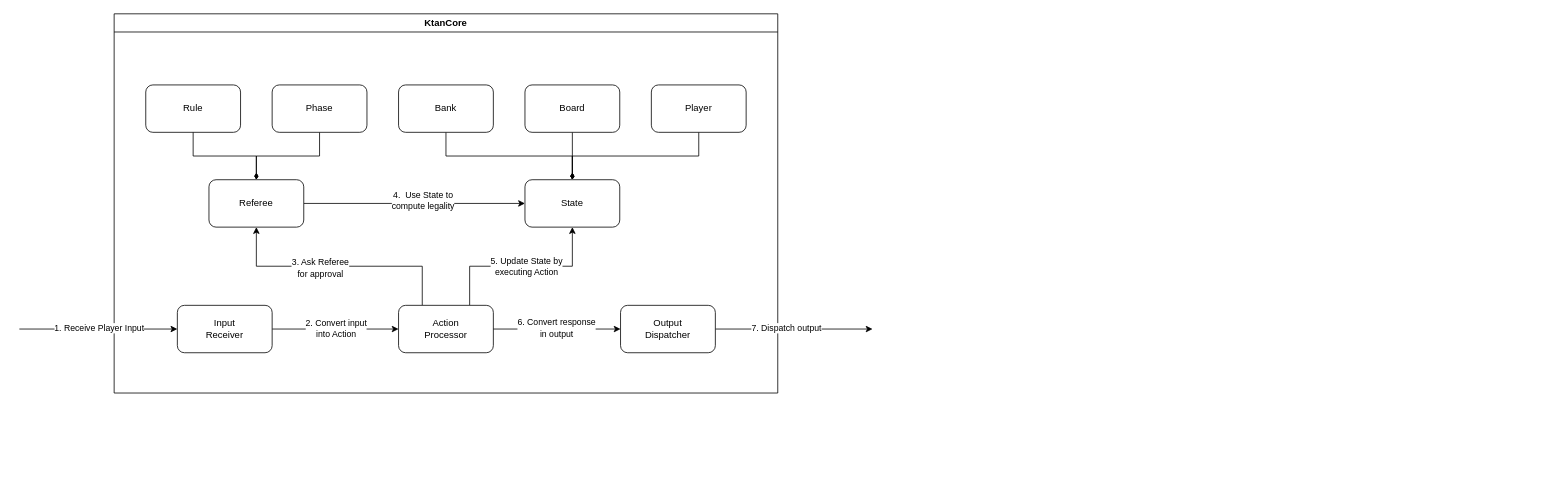
Earlier version of the draw.io diagram docs/KtanCore.drawio (olivercrush/Ktan). Source tidied: cells renumbered, new cells numbered last; positions are measured from the earlier drawing's top-left corner, leaving out a move shared by most shapes. Both pictures are drawn from the tidied source at 79%, with x=0, y=0 at pixel (19, 13).
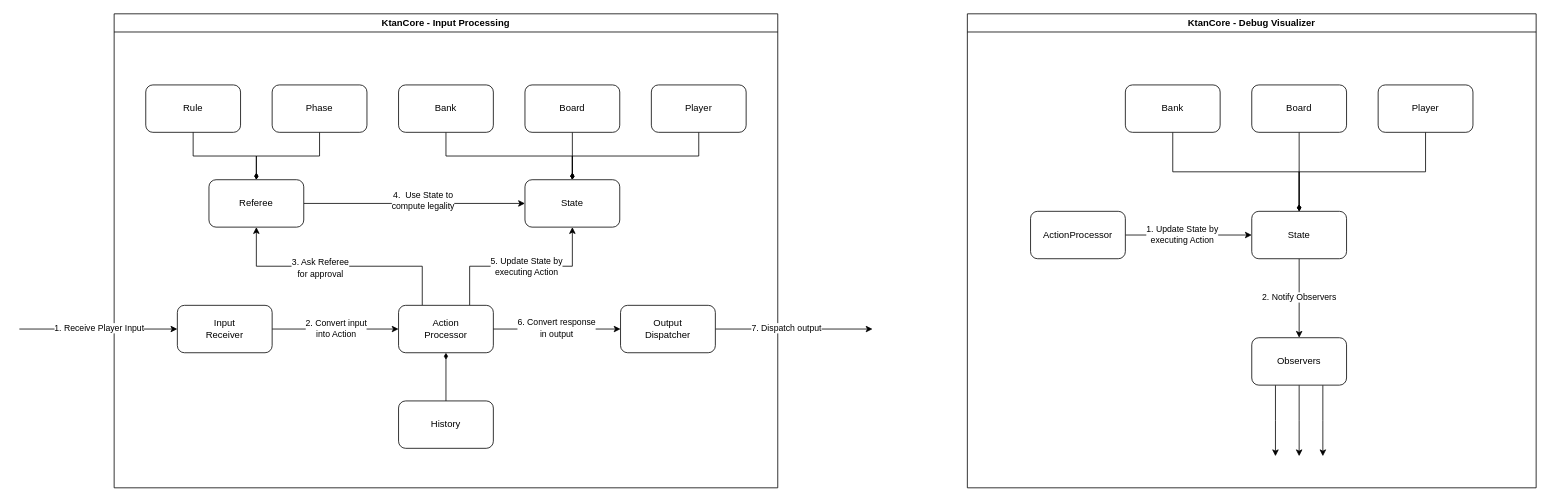
The same diagram, later.

Commit message:
Added debug visualizer

The change refers to these unchanged cells:
```xml
<mxCell id="14" value="&lt;div&gt;Action&lt;/div&gt;&lt;div&gt;Processor&lt;/div&gt;" style="rounded=1;whiteSpace=wrap;html=1;" parent="2" vertex="1">
  <mxGeometry x="360" y="369" width="120" height="60" as="geometry" />
</mxCell>
```

Diff of the diagram source:
```diff
@@
-    <mxCell id="2" value="&lt;div&gt;KtanCore&lt;/div&gt;" style="swimlane;whiteSpace=wrap;html=1;" parent="1" vertex="1">
-      <mxGeometry x="120" width="840" height="480" as="geometry" />
+    <mxCell id="2" value="&lt;div&gt;KtanCore - Input Processing&lt;/div&gt;" style="swimlane;whiteSpace=wrap;html=1;" parent="1" vertex="1">
+      <mxGeometry x="120" width="840" height="600" as="geometry" />
     </mxCell>
@@
+    <mxCell id="32" style="edgeStyle=orthogonalEdgeStyle;rounded=0;jettySize=auto;html=1;exitX=0.5;exitY=1;exitDx=0;exitDy=0;entryX=0.5;entryY=0;entryDx=0;entryDy=0;startArrow=diamondThin;startFill=1;endArrow=none;endFill=0;" parent="2" edge="1" source="14" target="33">
+      <mxGeometry relative="1" as="geometry" />
+    </mxCell>
@@
+    <mxCell id="33" value="History" style="rounded=1;whiteSpace=wrap;html=1;" parent="2" vertex="1">
+      <mxGeometry x="360" y="490" width="120" height="60" as="geometry" />
+    </mxCell>
+    <mxCell id="34" value="&lt;div&gt;KtanCore - Debug Visualizer&lt;br&gt;&lt;/div&gt;" style="swimlane;whiteSpace=wrap;html=1;" parent="1" vertex="1">
+      <mxGeometry x="1200" width="720" height="600" as="geometry" />
+    </mxCell>
+    <mxCell id="35" style="edgeStyle=orthogonalEdgeStyle;rounded=0;jettySize=auto;html=1;exitX=0.5;exitY=1;exitDx=0;exitDy=0;" parent="34" edge="1" source="37" target="47">
+      <mxGeometry relative="1" as="geometry" />
+    </mxCell>
+    <mxCell id="36" value="2. Notify Observers" style="edgeLabel;html=1;align=center;verticalAlign=middle;" parent="35" vertex="1">
+      <mxGeometry x="-0.3" y="2" relative="1" as="geometry">
+        <mxPoint x="-3" y="13" as="offset" />
+      </mxGeometry>
+    </mxCell>
+    <mxCell id="37" value="State" style="rounded=1;whiteSpace=wrap;html=1;" parent="34" vertex="1">
+      <mxGeometry x="360" y="250" width="120" height="60" as="geometry" />
+    </mxCell>
+    <mxCell id="38" style="edgeStyle=orthogonalEdgeStyle;rounded=0;jettySize=auto;html=1;exitX=0.5;exitY=1;exitDx=0;exitDy=0;endArrow=diamondThin;endFill=1;" parent="34" edge="1" source="39" target="37">
+      <mxGeometry relative="1" as="geometry" />
+    </mxCell>
+    <mxCell id="39" value="Board" style="rounded=1;whiteSpace=wrap;html=1;" parent="34" vertex="1">
+      <mxGeometry x="360" y="90" width="120" height="60" as="geometry" />
+    </mxCell>
+    <mxCell id="40" style="edgeStyle=orthogonalEdgeStyle;rounded=0;jettySize=auto;html=1;exitX=0.5;exitY=1;exitDx=0;exitDy=0;endArrow=diamondThin;endFill=1;" parent="34" edge="1" source="41" target="37">
+      <mxGeometry relative="1" as="geometry" />
+    </mxCell>
+    <mxCell id="41" value="Player" style="rounded=1;whiteSpace=wrap;html=1;" parent="34" vertex="1">
+      <mxGeometry x="520" y="90" width="120" height="60" as="geometry" />
+    </mxCell>
+    <mxCell id="42" style="edgeStyle=orthogonalEdgeStyle;rounded=0;jettySize=auto;html=1;exitX=0.5;exitY=1;exitDx=0;exitDy=0;endArrow=diamondThin;endFill=1;" parent="34" edge="1" source="43" target="37">
+      <mxGeometry relative="1" as="geometry" />
+    </mxCell>
+    <mxCell id="43" value="Bank" style="rounded=1;whiteSpace=wrap;html=1;" parent="34" vertex="1">
+      <mxGeometry x="200" y="90" width="120" height="60" as="geometry" />
+    </mxCell>
+    <mxCell id="44" style="edgeStyle=orthogonalEdgeStyle;rounded=0;jettySize=auto;html=1;exitX=0.25;exitY=1;exitDx=0;exitDy=0;" parent="34" edge="1" source="47">
+      <mxGeometry relative="1" as="geometry">
+        <mxPoint x="390" y="560" as="targetPoint" />
+      </mxGeometry>
+    </mxCell>
+    <mxCell id="45" style="edgeStyle=orthogonalEdgeStyle;rounded=0;jettySize=auto;html=1;exitX=0.5;exitY=1;exitDx=0;exitDy=0;" parent="34" edge="1" source="47">
+      <mxGeometry relative="1" as="geometry">
+        <mxPoint x="420" y="560" as="targetPoint" />
+      </mxGeometry>
+    </mxCell>
+    <mxCell id="46" style="edgeStyle=orthogonalEdgeStyle;rounded=0;jettySize=auto;html=1;exitX=0.75;exitY=1;exitDx=0;exitDy=0;" parent="34" edge="1" source="47">
+      <mxGeometry relative="1" as="geometry">
+        <mxPoint x="450" y="560" as="targetPoint" />
+      </mxGeometry>
+    </mxCell>
+    <mxCell id="47" value="Observers" style="rounded=1;whiteSpace=wrap;html=1;" parent="34" vertex="1">
+      <mxGeometry x="360" y="410" width="120" height="60" as="geometry" />
+    </mxCell>
+    <mxCell id="48" style="edgeStyle=orthogonalEdgeStyle;rounded=0;jettySize=auto;html=1;exitX=1;exitY=0.5;exitDx=0;exitDy=0;" parent="34" edge="1" source="50" target="37">
+      <mxGeometry relative="1" as="geometry" />
+    </mxCell>
+    <mxCell id="49" value="&lt;div&gt;1. Update State by&lt;/div&gt;&lt;div&gt;executing Action&lt;br&gt;&lt;/div&gt;" style="edgeLabel;html=1;align=center;verticalAlign=middle;" parent="48" vertex="1">
+      <mxGeometry x="-0.27" y="-1" relative="1" as="geometry">
+        <mxPoint x="13" y="-2" as="offset" />
+      </mxGeometry>
+    </mxCell>
+    <mxCell id="50" value="ActionProcessor" style="rounded=1;whiteSpace=wrap;html=1;" parent="34" vertex="1">
+      <mxGeometry x="80" y="250" width="120" height="60" as="geometry" />
+    </mxCell>
```
